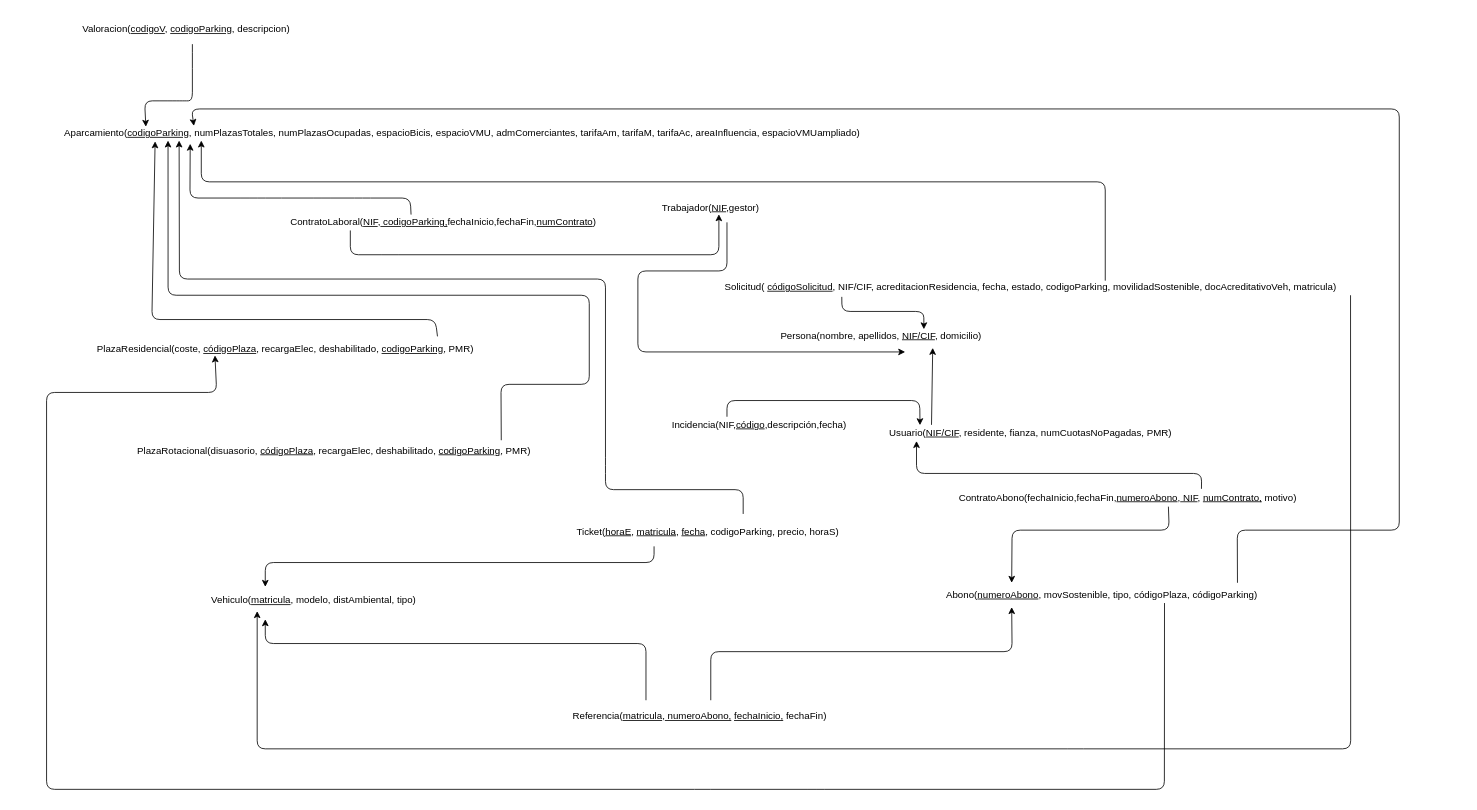
The draw.io diagram diagrama_relacional.drawio in HylianPablo/ADBD, before the edit. Source tidied: cells renumbered, new cells numbered last; positions are measured from the earlier drawing's top-left corner, leaving out a move shared by most shapes. Both pictures are drawn from the tidied source at 81%, with x=0, y=0 at pixel (14, 19).
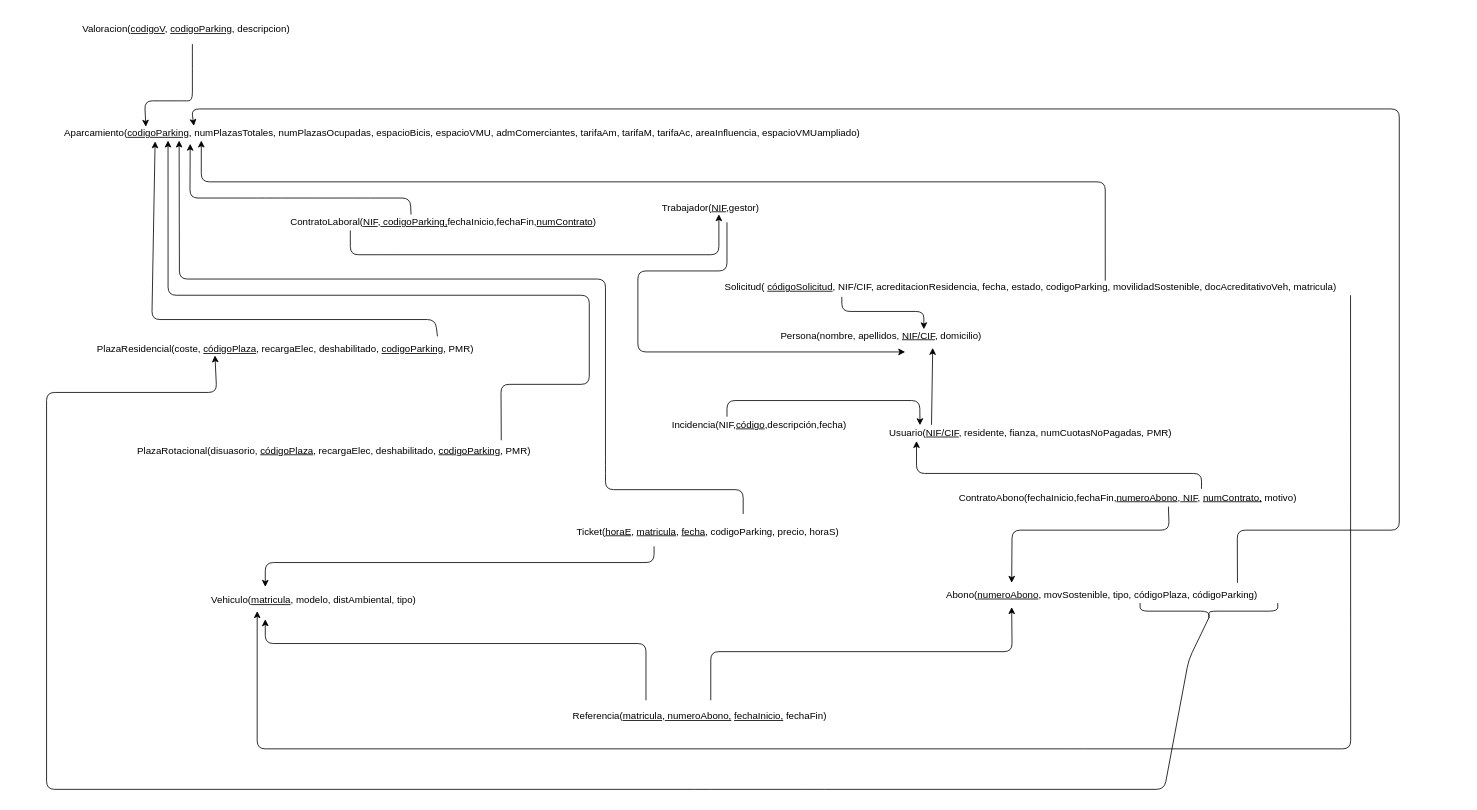
After the change.

The change refers to these unchanged cells:
```xml
<mxCell id="4" value="&lt;div align=&quot;left&quot;&gt;&lt;span style=&quot;text-decoration: none&quot;&gt;Abono(&lt;/span&gt;&lt;u&gt;numeroAbono&lt;/u&gt;&lt;span style=&quot;text-decoration: none&quot;&gt;, movSostenible, tipo, códigoPlaza, códigoParking)&lt;/span&gt;&lt;/div&gt;" style="text;html=1;strokeColor=none;fillColor=none;align=center;verticalAlign=middle;whiteSpace=wrap;rounded=0;" parent="1" vertex="1">
  <mxGeometry x="1120" y="695" width="446" height="30" as="geometry" />
</mxCell>
<mxCell id="6" value="&lt;p style=&quot;margin-bottom: 0cm ; line-height: 100%&quot; align=&quot;left&quot;&gt;&lt;span style=&quot;text-decoration: none&quot;&gt;PlazaResidencial(coste, &lt;/span&gt;&lt;u&gt;códigoPlaza&lt;/u&gt;&lt;span style=&quot;text-decoration: none&quot;&gt;, recargaElec, deshabilitado, &lt;/span&gt;&lt;u&gt;codigoParking&lt;/u&gt;&lt;span style=&quot;text-decoration: none&quot;&gt;, PMR)&lt;/span&gt;&lt;/p&gt;" style="text;html=1;strokeColor=none;fillColor=none;align=center;verticalAlign=middle;whiteSpace=wrap;rounded=0;" parent="1" vertex="1">
  <mxGeometry y="390" width="670" height="20" as="geometry" />
</mxCell>
```

Change to the diagram source:
```diff
@@
-    <mxCell id="30" style="endArrow=classic;html=1;exitX=0.673;exitY=0.833;exitDx=0;exitDy=0;exitPerimeter=0;entryX=0.37;entryY=1.215;entryDx=0;entryDy=0;entryPerimeter=0;" parent="1" edge="1" source="4" target="6">
+    <mxCell id="30" style="endArrow=classic;html=1;exitX=0.1;exitY=0.5;exitDx=0;exitDy=0;exitPerimeter=0;entryX=0.37;entryY=1.215;entryDx=0;entryDy=0;entryPerimeter=0;" parent="1" edge="1" source="36" target="6">
       <mxGeometry relative="1" as="geometry">
         <Array as="points">
+          <mxPoint x="1450" y="790" />
           <mxPoint x="1420" y="950" />
           <mxPoint x="990" y="950" />
           <mxPoint x="850" y="950" />
           <mxPoint x="40" y="950" />
           <mxPoint x="40" y="460" />
           <mxPoint x="250" y="460" />
         </Array>
       </mxGeometry>
     </mxCell>
@@
+    <mxCell id="36" style="shape=curlyBracket;whiteSpace=wrap;html=1;rounded=1;rotation=-90;" parent="1" vertex="1">
+      <mxGeometry x="1465" y="645" width="20" height="170" as="geometry" />
+    </mxCell>
```
